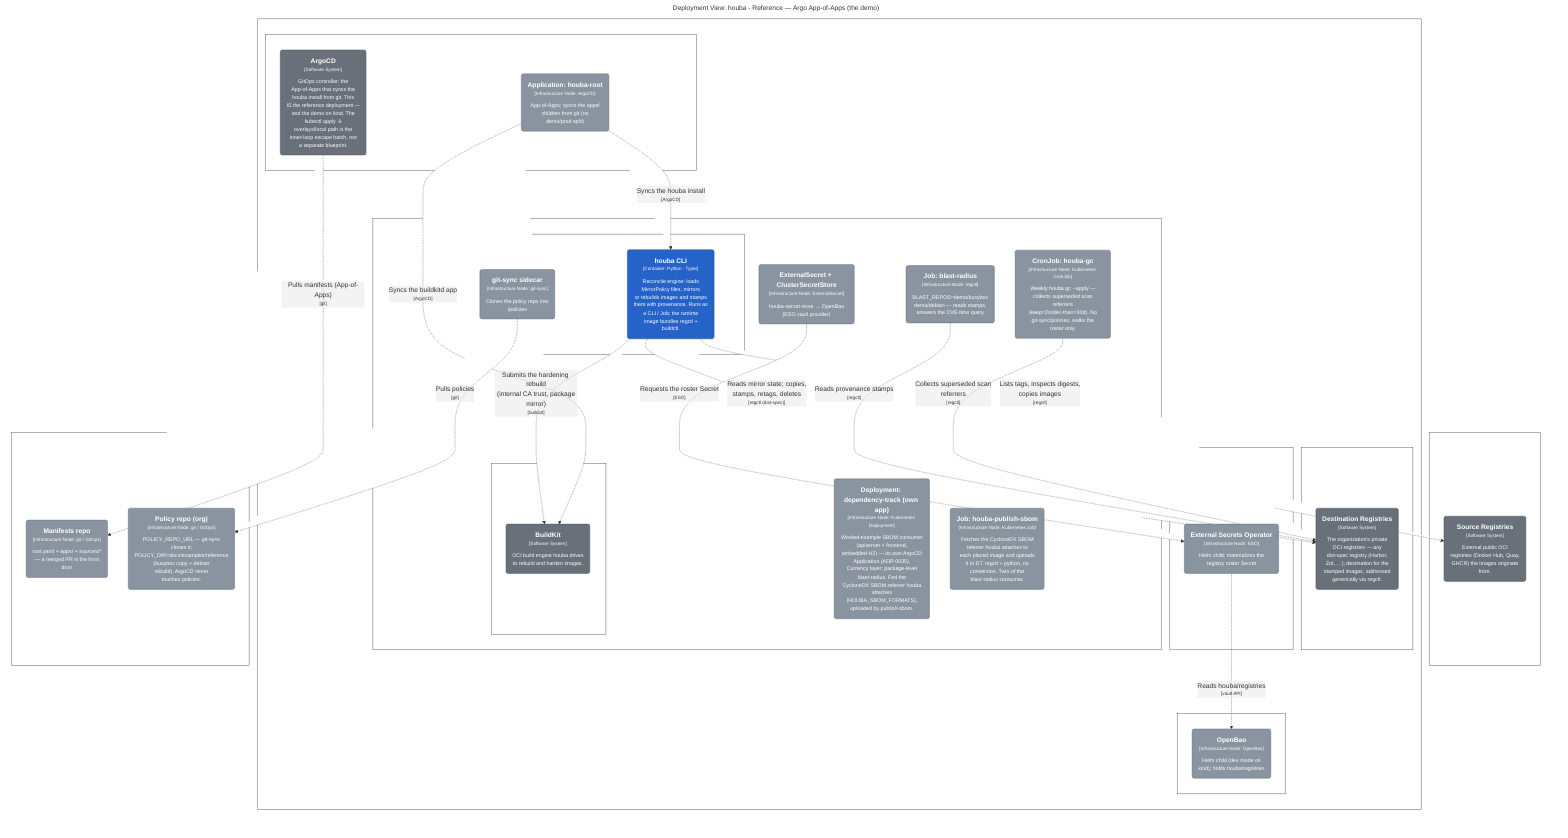
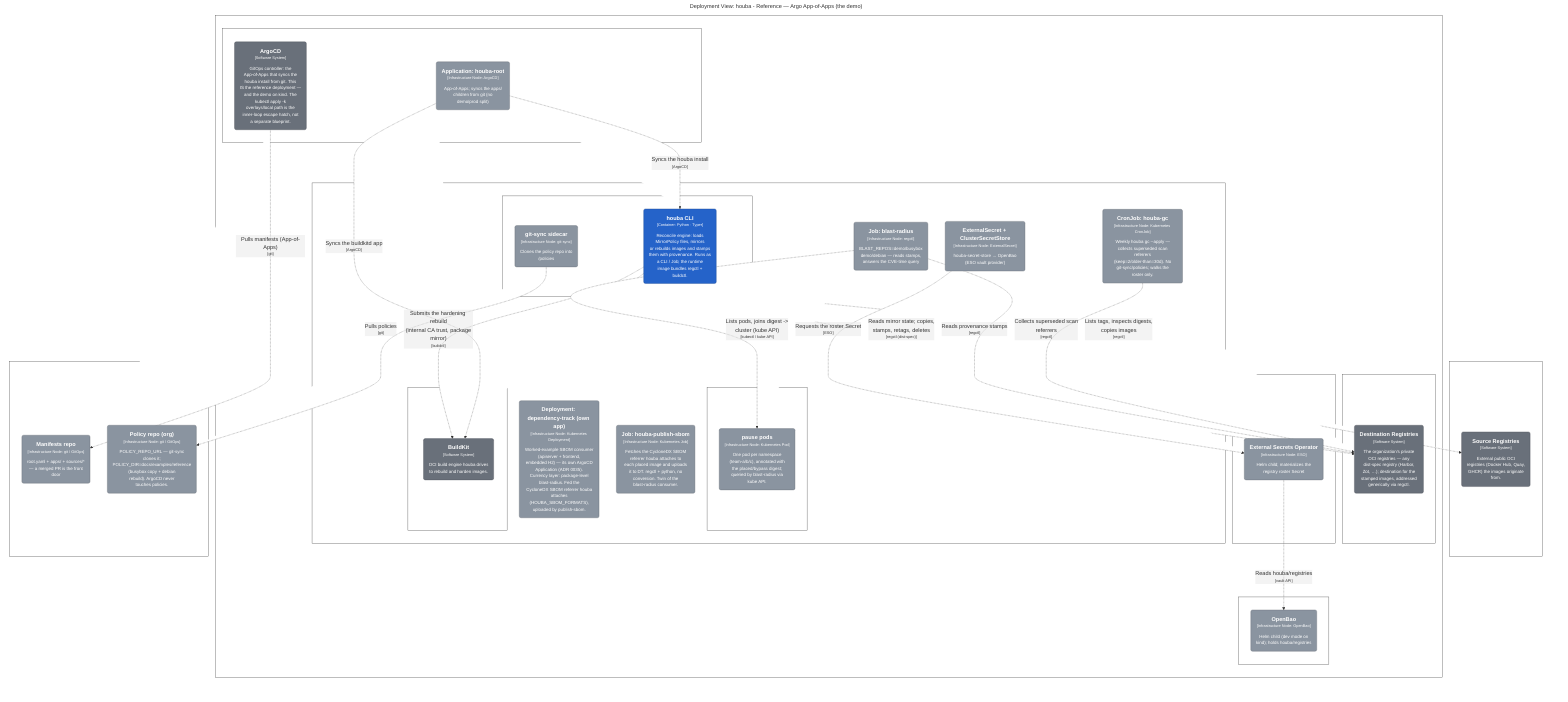
graph LR
  linkStyle default fill:#ffffff

  subgraph diagram ["Deployment View: houba - Reference — Argo App-of-Apps (the demo)"]
    style diagram fill:#ffffff,stroke:#ffffff

    subgraph 170 ["Git host"]
      style 170 fill:#ffffff,stroke:#444444,color:#ffffff

      171("<div style='font-weight: bold'>Manifests repo</div><div style='font-size: 70%; margin-top: 0px'>[Infrastructure Node: git / GitOps]</div><div style='font-size: 80%; margin-top:10px'>root.yaml + apps/ + sources/*<br />— a merged PR is the front<br />door</div>")
      style 171 fill:#8a94a0,stroke:#606770,color:#ffffff
      172("<div style='font-weight: bold'>Policy repo (org)</div><div style='font-size: 70%; margin-top: 0px'>[Infrastructure Node: git / GitOps]</div><div style='font-size: 80%; margin-top:10px'>POLICY_REPO_URL — git-sync<br />clones it;<br />POLICY_DIR=docs/examples/reference<br />(busybox copy + debian<br />rebuild). ArgoCD never<br />touches policies.</div>")
      style 172 fill:#8a94a0,stroke:#606770,color:#ffffff
    end

    subgraph 173 ["Kubernetes cluster"]
      style 173 fill:#ffffff,stroke:#444444,color:#ffffff

      subgraph 174 ["namespace: argocd"]
        style 174 fill:#ffffff,stroke:#444444,color:#ffffff

        175("<div style='font-weight: bold'>Application: houba-root</div><div style='font-size: 70%; margin-top: 0px'>[Infrastructure Node: ArgoCD]</div><div style='font-size: 80%; margin-top:10px'>App-of-Apps; syncs the apps/<br />children from git (no<br />demo/prod split)</div>")
        style 175 fill:#8a94a0,stroke:#606770,color:#ffffff
        176("<div style='font-weight: bold'>ArgoCD</div><div style='font-size: 70%; margin-top: 0px'>[Software System]</div><div style='font-size: 80%; margin-top:10px'>GitOps controller: the<br />App-of-Apps that syncs the<br />houba install from git. This<br />IS the reference deployment —<br />and the demo on kind. The<br />kubectl apply -k<br />overlays/local path is the<br />inner-loop escape hatch, not<br />a separate blueprint.</div>")
        style 176 fill:#69707a,stroke:#494e55,color:#ffffff
      end

      subgraph 177 ["namespace: houba"]
        style 177 fill:#ffffff,stroke:#444444,color:#ffffff

        subgraph 178 ["CronJob: houba-reconcile"]
          style 178 fill:#ffffff,stroke:#444444,color:#ffffff

          179("<div style='font-weight: bold'>houba CLI</div><div style='font-size: 70%; margin-top: 0px'>[Container: Python · Typer]</div><div style='font-size: 80%; margin-top:10px'>Reconcile engine: loads<br />MirrorPolicy files, mirrors<br />or rebuilds images and stamps<br />them with provenance. Runs as<br />a CLI / Job; the runtime<br />image bundles regctl +<br />buildctl.</div>")
          style 179 fill:#2563c9,stroke:#19458c,color:#ffffff
          180("<div style='font-weight: bold'>git-sync sidecar</div><div style='font-size: 70%; margin-top: 0px'>[Infrastructure Node: git-sync]</div><div style='font-size: 80%; margin-top:10px'>Clones the policy repo into<br />/policies</div>")
          style 180 fill:#8a94a0,stroke:#606770,color:#ffffff
        end

        subgraph 181 ["Deployment: buildkitd (own app)"]
          style 181 fill:#ffffff,stroke:#444444,color:#ffffff

          182("<div style='font-weight: bold'>BuildKit</div><div style='font-size: 70%; margin-top: 0px'>[Software System]</div><div style='font-size: 80%; margin-top:10px'>OCI build engine houba drives<br />to rebuild and harden images.</div>")
          style 182 fill:#69707a,stroke:#494e55,color:#ffffff
        end

        184("<div style='font-weight: bold'>ExternalSecret + ClusterSecretStore</div><div style='font-size: 70%; margin-top: 0px'>[Infrastructure Node: ExternalSecret]</div><div style='font-size: 80%; margin-top:10px'>houba-secret-store → OpenBao<br />(ESO vault provider)</div>")
        style 184 fill:#8a94a0,stroke:#606770,color:#ffffff
        185("<div style='font-weight: bold'>Job: blast-radius</div><div style='font-size: 70%; margin-top: 0px'>[Infrastructure Node: regctl]</div><div style='font-size: 80%; margin-top:10px'>BLAST_REPOS=demo/busybox<br />demo/debian — reads stamps,<br />answers the CVE-time query</div>")
        style 185 fill:#8a94a0,stroke:#606770,color:#ffffff
        186("<div style='font-weight: bold'>CronJob: houba-gc</div><div style='font-size: 70%; margin-top: 0px'>[Infrastructure Node: Kubernetes CronJob]</div><div style='font-size: 80%; margin-top:10px'>Weekly houba gc --apply —<br />collects superseded scan<br />referrers<br />(keep=2/older-than=30d). No<br />git-sync/policies; walks the<br />roster only.</div>")
        style 186 fill:#8a94a0,stroke:#606770,color:#ffffff
        187("<div style='font-weight: bold'>Deployment: dependency-track (own app)</div><div style='font-size: 70%; margin-top: 0px'>[Infrastructure Node: Kubernetes Deployment]</div><div style='font-size: 80%; margin-top:10px'>Worked-example SBOM consumer<br />(apiserver + frontend,<br />embedded H2) — its own ArgoCD<br />Application (ADR 0035).<br />Currency layer: package-level<br />blast-radius. Fed the<br />CycloneDX SBOM referrer houba<br />attaches<br />(HOUBA_SBOM_FORMATS),<br />uploaded by publish-sbom.</div>")
        style 187 fill:#8a94a0,stroke:#606770,color:#ffffff
        188("<div style='font-weight: bold'>Job: houba-publish-sbom</div><div style='font-size: 70%; margin-top: 0px'>[Infrastructure Node: Kubernetes Job]</div><div style='font-size: 80%; margin-top:10px'>Fetches the CycloneDX SBOM<br />referrer houba attaches to<br />each placed image and uploads<br />it to DT. regctl + python, no<br />conversion. Twin of the<br />blast-radius consumer.</div>")
        style 188 fill:#8a94a0,stroke:#606770,color:#ffffff
+         subgraph 189 ["marked workloads (team-a/b/c)"]
+           style 189 fill:#ffffff,stroke:#444444,color:#ffffff
+ 
+           190("<div style='font-weight: bold'>pause pods</div><div style='font-size: 70%; margin-top: 0px'>[Infrastructure Node: Kubernetes Pod]</div><div style='font-size: 80%; margin-top:10px'>One pod per namespace<br />(team-a/b/c), annotated with<br />the placed/bypass digest;<br />queried by blast-radius via<br />kube API.</div>")
+           style 190 fill:#8a94a0,stroke:#606770,color:#ffffff
+         end
+ 
      end

-       subgraph 189 ["namespace: external-secrets"]
-         style 189 fill:#ffffff,stroke:#444444,color:#ffffff
- 
-         190("<div style='font-weight: bold'>External Secrets Operator</div><div style='font-size: 70%; margin-top: 0px'>[Infrastructure Node: ESO]</div><div style='font-size: 80%; margin-top:10px'>Helm child; materializes the<br />registry roster Secret</div>")
-         style 190 fill:#8a94a0,stroke:#606770,color:#ffffff
-       end
- 
-       subgraph 191 ["namespace: openbao"]
+       subgraph 191 ["namespace: external-secrets"]
        style 191 fill:#ffffff,stroke:#444444,color:#ffffff

-         192("<div style='font-weight: bold'>OpenBao</div><div style='font-size: 70%; margin-top: 0px'>[Infrastructure Node: OpenBao]</div><div style='font-size: 80%; margin-top:10px'>Helm child (dev mode on<br />kind); holds houba/registries</div>")
+         192("<div style='font-weight: bold'>External Secrets Operator</div><div style='font-size: 70%; margin-top: 0px'>[Infrastructure Node: ESO]</div><div style='font-size: 80%; margin-top:10px'>Helm child; materializes the<br />registry roster Secret</div>")
        style 192 fill:#8a94a0,stroke:#606770,color:#ffffff
      end

-       subgraph 193 ["namespace: registry"]
+       subgraph 193 ["namespace: openbao"]
        style 193 fill:#ffffff,stroke:#444444,color:#ffffff

-         194("<div style='font-weight: bold'>Destination Registries</div><div style='font-size: 70%; margin-top: 0px'>[Software System]</div><div style='font-size: 80%; margin-top:10px'>The organization's private<br />OCI registries — any<br />dist-spec registry (Harbor,<br />Zot, …); destination for the<br />stamped images, addressed<br />generically via regctl.</div>")
-         style 194 fill:#69707a,stroke:#494e55,color:#ffffff
+         194("<div style='font-weight: bold'>OpenBao</div><div style='font-size: 70%; margin-top: 0px'>[Infrastructure Node: OpenBao]</div><div style='font-size: 80%; margin-top:10px'>Helm child (dev mode on<br />kind); holds houba/registries</div>")
+         style 194 fill:#8a94a0,stroke:#606770,color:#ffffff
+       end
+ 
+       subgraph 195 ["namespace: registry"]
+         style 195 fill:#ffffff,stroke:#444444,color:#ffffff
+ 
+         196("<div style='font-weight: bold'>Destination Registries</div><div style='font-size: 70%; margin-top: 0px'>[Software System]</div><div style='font-size: 80%; margin-top:10px'>The organization's private<br />OCI registries — any<br />dist-spec registry (Harbor,<br />Zot, …); destination for the<br />stamped images, addressed<br />generically via regctl.</div>")
+         style 196 fill:#69707a,stroke:#494e55,color:#ffffff
      end

    end

-     subgraph 196 ["Internet / org network"]
-       style 196 fill:#ffffff,stroke:#444444,color:#ffffff
+     subgraph 198 ["Internet / org network"]
+       style 198 fill:#ffffff,stroke:#444444,color:#ffffff

-       197("<div style='font-weight: bold'>Source Registries</div><div style='font-size: 70%; margin-top: 0px'>[Software System]</div><div style='font-size: 80%; margin-top:10px'>External public OCI<br />registries (Docker Hub, Quay,<br />GHCR) the images originate<br />from.</div>")
-       style 197 fill:#69707a,stroke:#494e55,color:#ffffff
+       199("<div style='font-weight: bold'>Source Registries</div><div style='font-size: 70%; margin-top: 0px'>[Software System]</div><div style='font-size: 80%; margin-top:10px'>External public OCI<br />registries (Docker Hub, Quay,<br />GHCR) the images originate<br />from.</div>")
+       style 199 fill:#69707a,stroke:#494e55,color:#ffffff
    end

    179-. "<div>Submits the hardening rebuild<br />(internal CA trust, package<br />mirror)</div><div style='font-size: 70%'>[buildctl]</div>" .->182
-     179-. "<div>Reads mirror state; copies,<br />stamps, retags, deletes</div><div style='font-size: 70%'>[regctl (dist-spec)]</div>" .->194
-     179-. "<div>Lists tags, inspects digests,<br />copies images</div><div style='font-size: 70%'>[regctl]</div>" .->197
+     179-. "<div>Reads mirror state; copies,<br />stamps, retags, deletes</div><div style='font-size: 70%'>[regctl (dist-spec)]</div>" .->196
+     179-. "<div>Lists tags, inspects digests,<br />copies images</div><div style='font-size: 70%'>[regctl]</div>" .->199
    176-. "<div>Pulls manifests (App-of-Apps)</div><div style='font-size: 70%'>[git]</div>" .->171
    175-. "<div>Syncs the houba install</div><div style='font-size: 70%'>[ArgoCD]</div>" .->179
    175-. "<div>Syncs the buildkitd app</div><div style='font-size: 70%'>[ArgoCD]</div>" .->182
-     190-. "<div>Reads houba/registries</div><div style='font-size: 70%'>[vault API]</div>" .->192
-     184-. "<div>Requests the roster Secret</div><div style='font-size: 70%'>[ESO]</div>" .->190
+     192-. "<div>Reads houba/registries</div><div style='font-size: 70%'>[vault API]</div>" .->194
+     184-. "<div>Requests the roster Secret</div><div style='font-size: 70%'>[ESO]</div>" .->192
    180-. "<div>Pulls policies</div><div style='font-size: 70%'>[git]</div>" .->172
-     185-. "<div>Reads provenance stamps</div><div style='font-size: 70%'>[regctl]</div>" .->194
-     186-. "<div>Collects superseded scan<br />referrers</div><div style='font-size: 70%'>[regctl]</div>" .->194
+     185-. "<div>Reads provenance stamps</div><div style='font-size: 70%'>[regctl]</div>" .->196
+     185-. "<div>Lists pods, joins digest -><br />cluster (kube API)</div><div style='font-size: 70%'>[kubectl / kube API]</div>" .->190
+     186-. "<div>Collects superseded scan<br />referrers</div><div style='font-size: 70%'>[regctl]</div>" .->196

  end